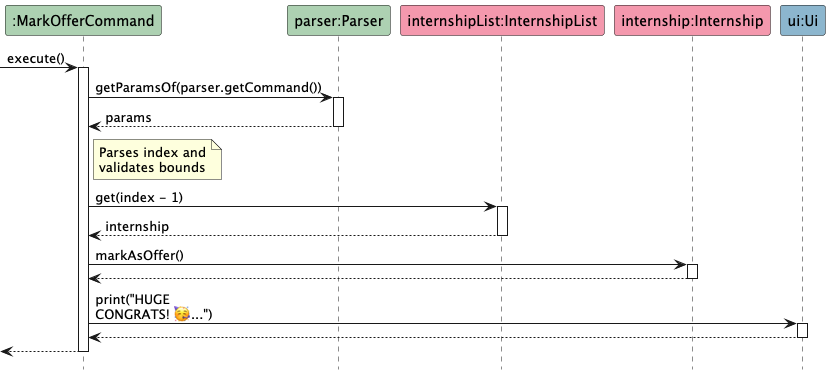
Above: docs/diagrams/MarkOfferCommandSequenceDiagram.png in AY2526S2-CS2113-W10-4/tp (PlantUML), before the change. Its diagram source:
```plantuml
@startuml
hide footbox
skinparam maxMessageSize 150

participant ":MarkOfferCommand" as MarkOfferCommand #ADD1B2
participant "parser:Parser" as Parser #ADD1B2
participant "internshipList:InternshipList" as InternshipList #F498AD
participant "internship:Internship" as Internship #F498AD
participant "ui:Ui" as Ui #8CB6CE

[-> MarkOfferCommand : execute()
activate MarkOfferCommand

MarkOfferCommand -> Parser : getParamsOf(parser.getCommand())
activate Parser
Parser --> MarkOfferCommand : params
deactivate Parser

note right of MarkOfferCommand
  Parses index and
  validates bounds
end note

MarkOfferCommand -> InternshipList : get(index - 1)
activate InternshipList
InternshipList --> MarkOfferCommand : internship
deactivate InternshipList

MarkOfferCommand -> Internship : markAsOffer()
activate Internship
Internship --> MarkOfferCommand
deactivate Internship

MarkOfferCommand -> Ui : print("HUGE CONGRATS! 🥳...")
activate Ui
Ui --> MarkOfferCommand
deactivate Ui

[<-- MarkOfferCommand
deactivate MarkOfferCommand

@enduml
```
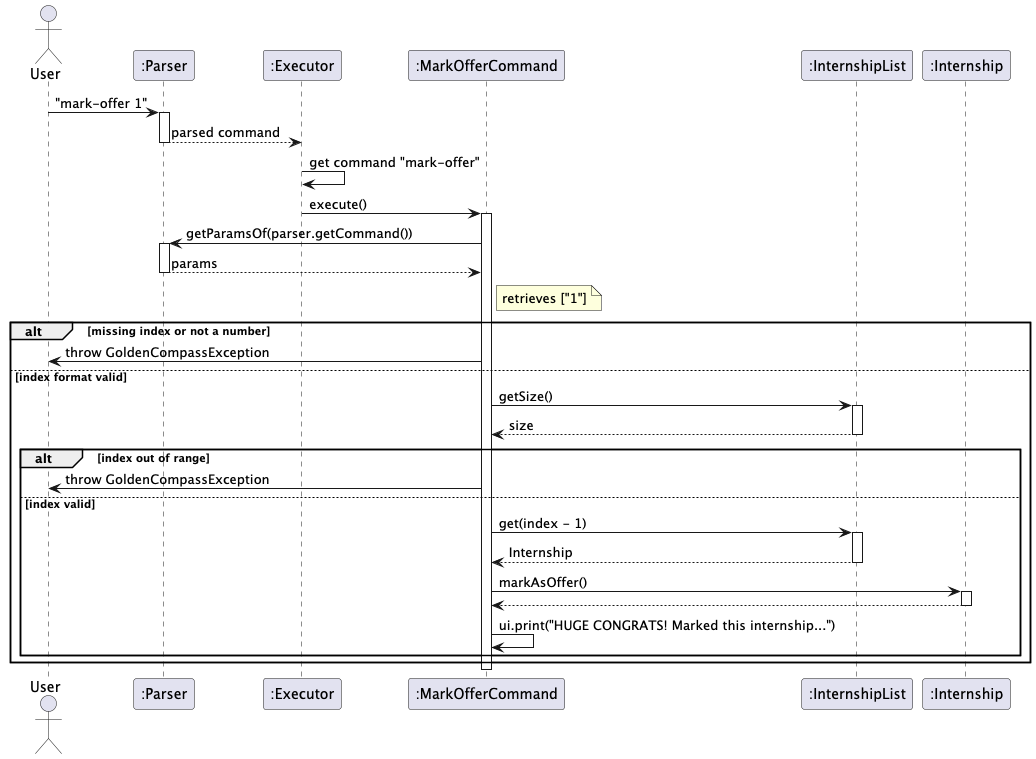
The same diagram one commit later.

Commit message:
fixed sequence diagram format

What changed in the source:
```diff
@@ -1,42 +1,51 @@
 @startuml
-hide footbox
-skinparam maxMessageSize 150
+actor User
+participant ":Parser" as Parser
+participant ":Executor" as Exec
+participant ":MarkOfferCommand" as Cmd
+participant ":InternshipList" as List
+participant ":Internship" as Intern
 
-participant ":MarkOfferCommand" as MarkOfferCommand #ADD1B2
-participant "parser:Parser" as Parser #ADD1B2
-participant "internshipList:InternshipList" as InternshipList #F498AD
-participant "internship:Internship" as Internship #F498AD
-participant "ui:Ui" as Ui #8CB6CE
-
-[-> MarkOfferCommand : execute()
-activate MarkOfferCommand
-
-MarkOfferCommand -> Parser : getParamsOf(parser.getCommand())
+User -> Parser : "mark-offer 1"
 activate Parser
-Parser --> MarkOfferCommand : params
+Parser --> Exec : parsed command
 deactivate Parser
 
-note right of MarkOfferCommand
-  Parses index and
-  validates bounds
-end note
+Exec -> Exec : get command "mark-offer"
+Exec -> Cmd : execute()
+activate Cmd
 
-MarkOfferCommand -> InternshipList : get(index - 1)
-activate InternshipList
-InternshipList --> MarkOfferCommand : internship
-deactivate InternshipList
+Cmd -> Parser : getParamsOf(parser.getCommand())
+activate Parser
+Parser --> Cmd : params
+deactivate Parser
 
-MarkOfferCommand -> Internship : markAsOffer()
-activate Internship
-Internship --> MarkOfferCommand
-deactivate Internship
+note right of Cmd : retrieves ["1"]
 
-MarkOfferCommand -> Ui : print("HUGE CONGRATS! 🥳...")
-activate Ui
-Ui --> MarkOfferCommand
-deactivate Ui
+alt missing index or not a number
+    Cmd -> User : throw GoldenCompassException
+else index format valid
+    Cmd -> List : getSize()
+    activate List
+    List --> Cmd : size
+    deactivate List
 
-[<-- MarkOfferCommand
-deactivate MarkOfferCommand
+    alt index out of range
+        Cmd -> User : throw GoldenCompassException
+    else index valid
+        Cmd -> List : get(index - 1)
+        activate List
+        List --> Cmd : Internship
+        deactivate List
 
+        Cmd -> Intern : markAsOffer()
+        activate Intern
+        Intern --> Cmd
+        deactivate Intern
+
+        Cmd -> Cmd : ui.print("HUGE CONGRATS! Marked this internship...")
+    end
+end
+
+deactivate Cmd
 @enduml
```
